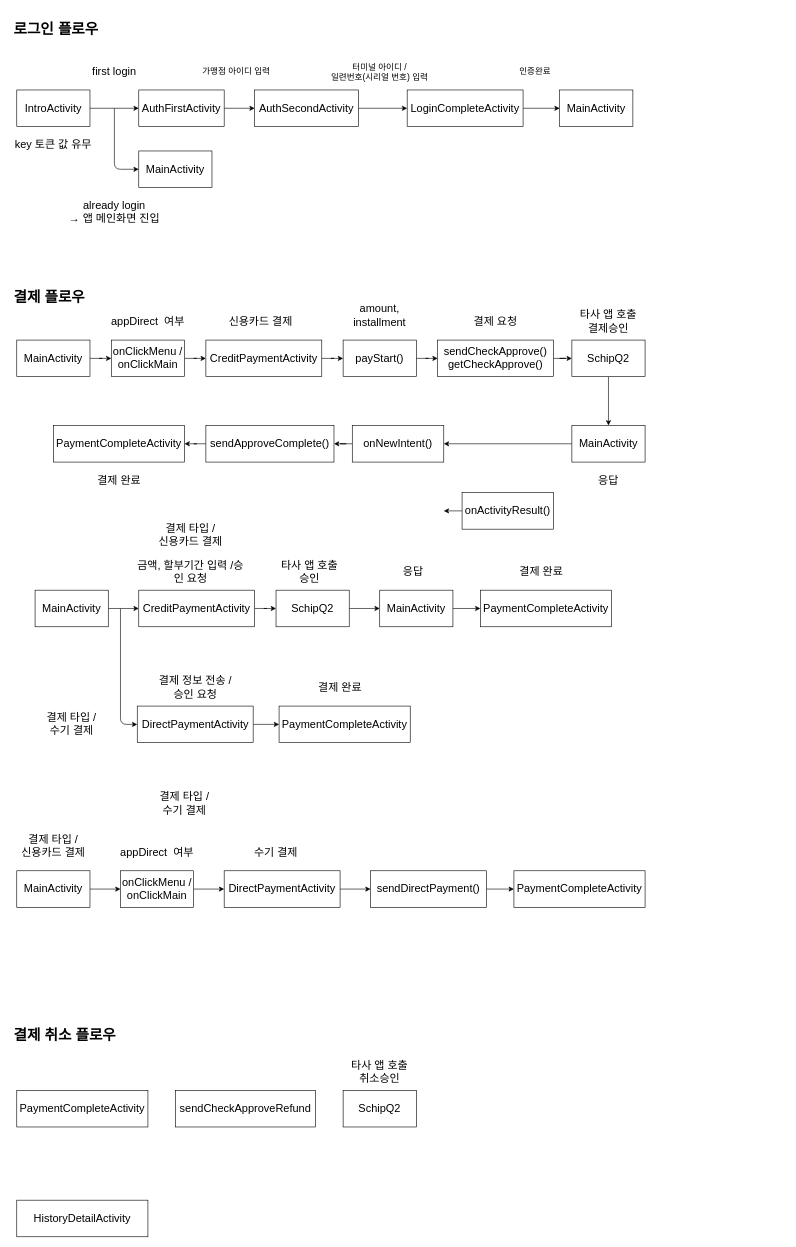
Before: Draw/flow20201124.drawio in alsoscope/TIL, a draw.io diagram. Source tidied: cells renumbered, new cells numbered last; positions are measured from the earlier drawing's top-left corner, leaving out a move shared by most shapes. Both pictures are drawn from the tidied source at 61%, with x=0, y=0 at pixel (10, 16).
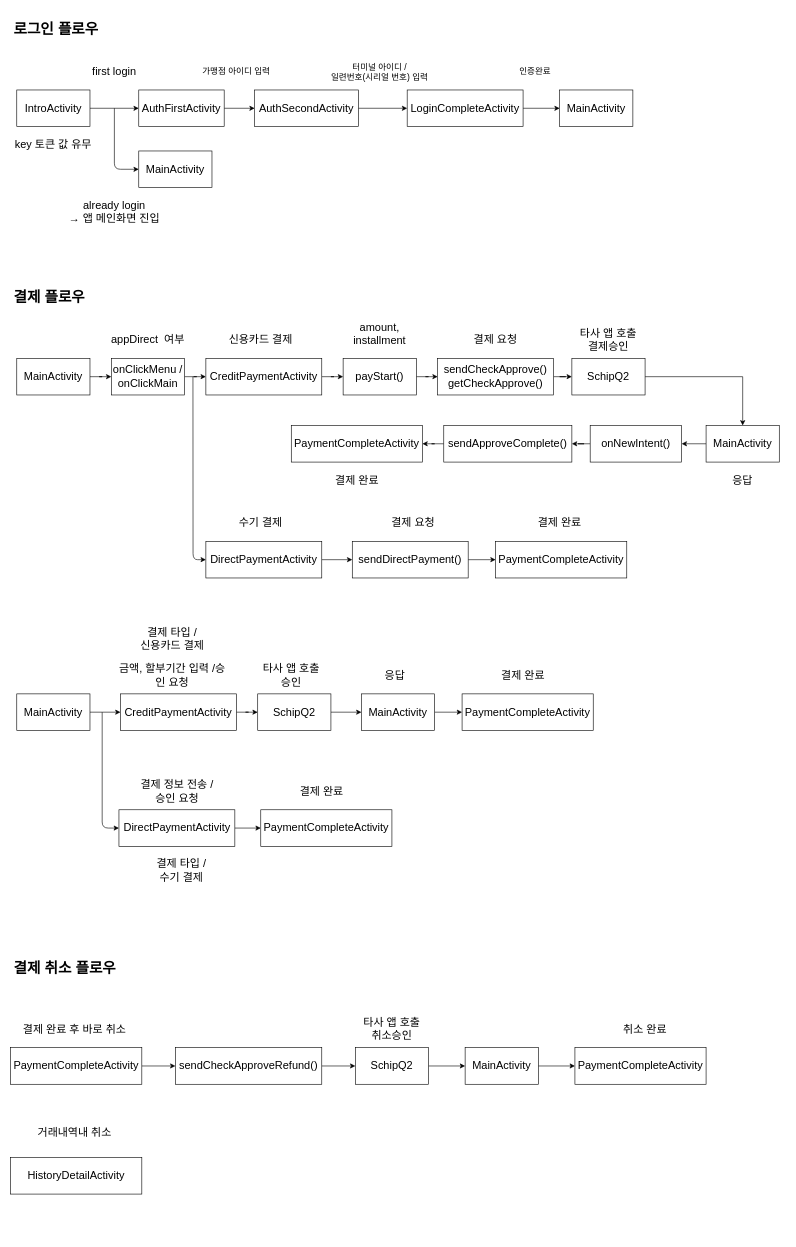
The same diagram, later.

The edit, as a diff of the source:
```diff
@@
     <mxCell id="21" value="&lt;font style=&quot;font-size: 18px&quot;&gt;MainActivity&lt;/font&gt;" style="rounded=0;whiteSpace=wrap;html=1;" parent="1" vertex="1">
-      <mxGeometry x="10" y="530" width="120" height="60" as="geometry" />
+      <mxGeometry x="10" y="560" width="120" height="60" as="geometry" />
     </mxCell>
@@
     <mxCell id="24" value="&lt;font style=&quot;font-size: 18px&quot;&gt;onClickMenu /&lt;br&gt;onClickMain&lt;br&gt;&lt;/font&gt;" style="rounded=0;whiteSpace=wrap;html=1;" parent="1" vertex="1">
-      <mxGeometry x="165" y="530" width="120" height="60" as="geometry" />
+      <mxGeometry x="165" y="560" width="120" height="60" as="geometry" />
     </mxCell>
@@
     <mxCell id="26" value="&lt;font style=&quot;font-size: 18px&quot;&gt;CreditPaymentActivity&lt;br&gt;&lt;/font&gt;" style="rounded=0;whiteSpace=wrap;html=1;" parent="1" vertex="1">
-      <mxGeometry x="320" y="530" width="190" height="60" as="geometry" />
+      <mxGeometry x="320" y="560" width="190" height="60" as="geometry" />
     </mxCell>
@@
     <mxCell id="28" value="&lt;font style=&quot;font-size: 18px&quot;&gt;DirectPaymentActivity&lt;br&gt;&lt;/font&gt;" style="rounded=0;whiteSpace=wrap;html=1;" parent="1" vertex="1">
-      <mxGeometry x="350" y="1400" width="190" height="60" as="geometry" />
+      <mxGeometry x="320" y="860" width="190" height="60" as="geometry" />
     </mxCell>
     <mxCell id="29" value="&lt;span style=&quot;font-size: 18px&quot;&gt;appDirect&amp;nbsp; 여부&lt;/span&gt;" style="text;html=1;strokeColor=none;fillColor=none;align=center;verticalAlign=middle;whiteSpace=wrap;rounded=0;" parent="1" vertex="1">
-      <mxGeometry x="155" y="480" width="140" height="40" as="geometry" />
+      <mxGeometry x="155" y="510" width="140" height="40" as="geometry" />
     </mxCell>
     <mxCell id="30" value="&lt;span style=&quot;font-size: 18px&quot;&gt;신용카드 결제&lt;/span&gt;" style="text;html=1;strokeColor=none;fillColor=none;align=center;verticalAlign=middle;whiteSpace=wrap;rounded=0;" parent="1" vertex="1">
-      <mxGeometry x="340" y="480" width="140" height="40" as="geometry" />
+      <mxGeometry x="340" y="510" width="140" height="40" as="geometry" />
     </mxCell>
     <mxCell id="31" value="&lt;span style=&quot;font-size: 18px&quot;&gt;수기 결제&lt;/span&gt;" style="text;html=1;strokeColor=none;fillColor=none;align=center;verticalAlign=middle;whiteSpace=wrap;rounded=0;" parent="1" vertex="1">
-      <mxGeometry x="365" y="1350" width="140" height="40" as="geometry" />
+      <mxGeometry x="340" y="810" width="140" height="40" as="geometry" />
     </mxCell>
@@
     <mxCell id="33" value="&lt;font style=&quot;font-size: 18px&quot;&gt;payStart()&lt;/font&gt;" style="rounded=0;whiteSpace=wrap;html=1;" parent="1" vertex="1">
-      <mxGeometry x="545" y="530" width="120" height="60" as="geometry" />
+      <mxGeometry x="545" y="560" width="120" height="60" as="geometry" />
     </mxCell>
     <mxCell id="34" value="&lt;span style=&quot;font-size: 18px&quot;&gt;amount, installment&lt;/span&gt;" style="text;html=1;strokeColor=none;fillColor=none;align=center;verticalAlign=middle;whiteSpace=wrap;rounded=0;" parent="1" vertex="1">
-      <mxGeometry x="535" y="470" width="140" height="40" as="geometry" />
+      <mxGeometry x="535" y="500" width="140" height="40" as="geometry" />
     </mxCell>
@@
     <mxCell id="36" value="&lt;font style=&quot;font-size: 18px&quot;&gt;sendCheckApprove()&lt;br&gt;getCheckApprove()&lt;br&gt;&lt;/font&gt;" style="rounded=0;whiteSpace=wrap;html=1;" parent="1" vertex="1">
-      <mxGeometry x="700" y="530" width="190" height="60" as="geometry" />
+      <mxGeometry x="700" y="560" width="190" height="60" as="geometry" />
     </mxCell>
@@
     <mxCell id="38" value="&lt;font style=&quot;font-size: 18px&quot;&gt;SchipQ2&lt;/font&gt;" style="rounded=0;whiteSpace=wrap;html=1;" parent="1" vertex="1">
-      <mxGeometry x="920" y="530" width="120" height="60" as="geometry" />
+      <mxGeometry x="920" y="560" width="120" height="60" as="geometry" />
     </mxCell>
-    <mxCell id="39" style="edgeStyle=orthogonalEdgeStyle;rounded=0;jettySize=auto;html=1;" parent="1" edge="1" source="40">
-      <mxGeometry relative="1" as="geometry">
-        <mxPoint x="710" y="810" as="targetPoint" />
-      </mxGeometry>
-    </mxCell>
-    <mxCell id="40" value="&lt;font style=&quot;font-size: 18px&quot;&gt;onActivityResult()&lt;br&gt;&lt;/font&gt;" style="rounded=0;whiteSpace=wrap;html=1;" parent="1" vertex="1">
-      <mxGeometry x="740" y="780" width="150" height="60" as="geometry" />
-    </mxCell>
@@
     <mxCell id="42" value="&lt;font style=&quot;font-size: 18px&quot;&gt;MainActivity&lt;/font&gt;" style="rounded=0;whiteSpace=wrap;html=1;" parent="1" vertex="1">
-      <mxGeometry x="920" y="670" width="120" height="60" as="geometry" />
+      <mxGeometry x="1140" y="670" width="120" height="60" as="geometry" />
     </mxCell>
@@
     <mxCell id="44" value="&lt;font style=&quot;font-size: 18px&quot;&gt;onNewIntent()&lt;br&gt;&lt;/font&gt;" style="rounded=0;whiteSpace=wrap;html=1;" parent="1" vertex="1">
-      <mxGeometry x="560" y="670" width="150" height="60" as="geometry" />
+      <mxGeometry x="950" y="670" width="150" height="60" as="geometry" />
     </mxCell>
     <mxCell id="45" value="&lt;span style=&quot;font-size: 18px&quot;&gt;타사 앱 호출&lt;br&gt;결제승인&lt;br&gt;&lt;/span&gt;" style="text;html=1;strokeColor=none;fillColor=none;align=center;verticalAlign=middle;whiteSpace=wrap;rounded=0;" parent="1" vertex="1">
-      <mxGeometry x="910" y="480" width="140" height="40" as="geometry" />
+      <mxGeometry x="910" y="510" width="140" height="40" as="geometry" />
     </mxCell>
     <mxCell id="46" value="&lt;span style=&quot;font-size: 18px&quot;&gt;응답&lt;/span&gt;" style="text;html=1;strokeColor=none;fillColor=none;align=center;verticalAlign=middle;whiteSpace=wrap;rounded=0;" parent="1" vertex="1">
-      <mxGeometry x="910" y="740" width="140" height="40" as="geometry" />
+      <mxGeometry x="1130" y="740" width="140" height="40" as="geometry" />
     </mxCell>
     <mxCell id="47" value="&lt;span style=&quot;font-size: 18px&quot;&gt;결제 요청&lt;/span&gt;" style="text;html=1;strokeColor=none;fillColor=none;align=center;verticalAlign=middle;whiteSpace=wrap;rounded=0;" parent="1" vertex="1">
-      <mxGeometry x="725" y="480" width="140" height="40" as="geometry" />
+      <mxGeometry x="725" y="510" width="140" height="40" as="geometry" />
     </mxCell>
+    <mxCell id="90" style="edgeStyle=orthogonalEdgeStyle;rounded=0;jettySize=auto;html=1;" parent="1" edge="1" source="48" target="49">
+      <mxGeometry relative="1" as="geometry" />
+    </mxCell>
     <mxCell id="48" value="&lt;font style=&quot;font-size: 18px&quot;&gt;PaymentCompleteActivity&lt;br&gt;&lt;/font&gt;" style="rounded=0;whiteSpace=wrap;html=1;" parent="1" vertex="1">
-      <mxGeometry x="10" y="1760" width="215" height="60" as="geometry" />
+      <mxGeometry y="1690" width="215" height="60" as="geometry" />
     </mxCell>
+    <mxCell id="91" style="edgeStyle=orthogonalEdgeStyle;rounded=0;jettySize=auto;html=1;" parent="1" edge="1" source="49" target="51">
+      <mxGeometry relative="1" as="geometry" />
+    </mxCell>
-    <mxCell id="49" value="&lt;font style=&quot;font-size: 18px&quot;&gt;sendCheckApproveRefund&lt;/font&gt;" style="rounded=0;whiteSpace=wrap;html=1;" parent="1" vertex="1">
-      <mxGeometry x="270" y="1760" width="230" height="60" as="geometry" />
+    <mxCell id="49" value="&lt;font style=&quot;font-size: 18px&quot;&gt;sendCheckApproveRefund()&lt;/font&gt;" style="rounded=0;whiteSpace=wrap;html=1;" parent="1" vertex="1">
+      <mxGeometry x="270" y="1690" width="240" height="60" as="geometry" />
     </mxCell>
     <mxCell id="50" value="&lt;h1&gt;결제 취소 플로우&lt;/h1&gt;" style="text;html=1;strokeColor=none;fillColor=none;spacing=5;spacingTop=-20;whiteSpace=wrap;overflow=hidden;rounded=0;" parent="1" vertex="1">
-      <mxGeometry y="1650" width="200" height="40" as="geometry" />
+      <mxGeometry y="1540" width="200" height="40" as="geometry" />
     </mxCell>
+    <mxCell id="92" style="edgeStyle=orthogonalEdgeStyle;rounded=0;jettySize=auto;html=1;" parent="1" edge="1" source="51" target="57">
+      <mxGeometry relative="1" as="geometry" />
+    </mxCell>
     <mxCell id="51" value="&lt;font style=&quot;font-size: 18px&quot;&gt;SchipQ2&lt;/font&gt;" style="rounded=0;whiteSpace=wrap;html=1;" parent="1" vertex="1">
-      <mxGeometry x="545" y="1760" width="120" height="60" as="geometry" />
+      <mxGeometry x="565" y="1690" width="120" height="60" as="geometry" />
     </mxCell>
     <mxCell id="52" value="&lt;span style=&quot;font-size: 18px&quot;&gt;타사 앱 호출&lt;br&gt;취소승인&lt;br&gt;&lt;/span&gt;" style="text;html=1;strokeColor=none;fillColor=none;align=center;verticalAlign=middle;whiteSpace=wrap;rounded=0;" parent="1" vertex="1">
-      <mxGeometry x="535" y="1710" width="140" height="40" as="geometry" />
+      <mxGeometry x="555" y="1640" width="140" height="40" as="geometry" />
     </mxCell>
     <mxCell id="53" value="&lt;font style=&quot;font-size: 18px&quot;&gt;PaymentCompleteActivity&lt;br&gt;&lt;/font&gt;" style="rounded=0;whiteSpace=wrap;html=1;" parent="1" vertex="1">
-      <mxGeometry x="70" y="670" width="215" height="60" as="geometry" />
+      <mxGeometry x="460" y="670" width="215" height="60" as="geometry" />
     </mxCell>
@@
     <mxCell id="55" value="&lt;font style=&quot;font-size: 18px&quot;&gt;sendApproveComplete()&lt;br&gt;&lt;/font&gt;" style="rounded=0;whiteSpace=wrap;html=1;" parent="1" vertex="1">
-      <mxGeometry x="320" y="670" width="210" height="60" as="geometry" />
+      <mxGeometry x="710" y="670" width="210" height="60" as="geometry" />
     </mxCell>
-    <mxCell id="56" style="edgeStyle=orthogonalEdgeStyle;rounded=0;jettySize=auto;html=1;" parent="1" edge="1" source="57" target="59">
-      <mxGeometry relative="1" as="geometry" />
-    </mxCell>
-    <mxCell id="57" value="&lt;font style=&quot;font-size: 18px&quot;&gt;MainActivity&lt;/font&gt;" style="rounded=0;whiteSpace=wrap;html=1;" parent="1" vertex="1">
-      <mxGeometry x="10" y="1400" width="120" height="60" as="geometry" />
-    </mxCell>
-    <mxCell id="58" style="edgeStyle=orthogonalEdgeStyle;rounded=0;jettySize=auto;html=1;" parent="1" edge="1" source="59" target="28">
-      <mxGeometry relative="1" as="geometry" />
-    </mxCell>
-    <mxCell id="59" value="&lt;font style=&quot;font-size: 18px&quot;&gt;onClickMenu /&lt;br&gt;onClickMain&lt;br&gt;&lt;/font&gt;" style="rounded=0;whiteSpace=wrap;html=1;" parent="1" vertex="1">
-      <mxGeometry x="180" y="1400" width="120" height="60" as="geometry" />
-    </mxCell>
-    <mxCell id="60" value="&lt;span style=&quot;font-size: 18px&quot;&gt;appDirect&amp;nbsp; 여부&lt;/span&gt;" style="text;html=1;strokeColor=none;fillColor=none;align=center;verticalAlign=middle;whiteSpace=wrap;rounded=0;" parent="1" vertex="1">
-      <mxGeometry x="170" y="1350" width="140" height="40" as="geometry" />
-    </mxCell>
     <mxCell id="61" style="edgeStyle=orthogonalEdgeStyle;rounded=0;jettySize=auto;html=1;" parent="1" edge="1" source="62" target="64">
       <mxGeometry relative="1" as="geometry">
         <Array as="points">
-          <mxPoint x="180" y="970" />
-          <mxPoint x="180" y="970" />
+          <mxPoint x="150" y="1140" />
+          <mxPoint x="150" y="1140" />
         </Array>
       </mxGeometry>
     </mxCell>
     <mxCell id="62" value="&lt;font style=&quot;font-size: 18px&quot;&gt;MainActivity&lt;/font&gt;" style="rounded=0;whiteSpace=wrap;html=1;" parent="1" vertex="1">
-      <mxGeometry x="40" y="940" width="120" height="60" as="geometry" />
+      <mxGeometry x="10" y="1110" width="120" height="60" as="geometry" />
     </mxCell>
@@
     <mxCell id="64" value="&lt;font style=&quot;font-size: 18px&quot;&gt;CreditPaymentActivity&lt;br&gt;&lt;/font&gt;" style="rounded=0;whiteSpace=wrap;html=1;" parent="1" vertex="1">
-      <mxGeometry x="210" y="940" width="190" height="60" as="geometry" />
+      <mxGeometry x="180" y="1110" width="190" height="60" as="geometry" />
     </mxCell>
     <mxCell id="65" value="&lt;span style=&quot;font-size: 18px&quot;&gt;금액, 할부기간 입력 /승인 요청&lt;/span&gt;" style="text;html=1;strokeColor=none;fillColor=none;align=center;verticalAlign=middle;whiteSpace=wrap;rounded=0;" parent="1" vertex="1">
-      <mxGeometry x="205" y="890" width="180" height="40" as="geometry" />
+      <mxGeometry x="175" y="1060" width="180" height="40" as="geometry" />
     </mxCell>
@@
     <mxCell id="67" value="&lt;font style=&quot;font-size: 18px&quot;&gt;SchipQ2&lt;/font&gt;" style="rounded=0;whiteSpace=wrap;html=1;" parent="1" vertex="1">
-      <mxGeometry x="435" y="940" width="120" height="60" as="geometry" />
+      <mxGeometry x="405" y="1110" width="120" height="60" as="geometry" />
     </mxCell>
@@
     <mxCell id="69" value="&lt;font style=&quot;font-size: 18px&quot;&gt;MainActivity&lt;/font&gt;" style="rounded=0;whiteSpace=wrap;html=1;" parent="1" vertex="1">
-      <mxGeometry x="605" y="940" width="120" height="60" as="geometry" />
+      <mxGeometry x="575" y="1110" width="120" height="60" as="geometry" />
     </mxCell>
     <mxCell id="70" value="&lt;span style=&quot;font-size: 18px&quot;&gt;타사 앱 호출&lt;br&gt;승인&lt;br&gt;&lt;/span&gt;" style="text;html=1;strokeColor=none;fillColor=none;align=center;verticalAlign=middle;whiteSpace=wrap;rounded=0;" parent="1" vertex="1">
-      <mxGeometry x="420" y="890" width="140" height="40" as="geometry" />
+      <mxGeometry x="390" y="1060" width="140" height="40" as="geometry" />
     </mxCell>
     <mxCell id="71" value="&lt;span style=&quot;font-size: 18px&quot;&gt;응답&lt;/span&gt;" style="text;html=1;strokeColor=none;fillColor=none;align=center;verticalAlign=middle;whiteSpace=wrap;rounded=0;" parent="1" vertex="1">
-      <mxGeometry x="590" y="890" width="140" height="40" as="geometry" />
+      <mxGeometry x="560" y="1060" width="140" height="40" as="geometry" />
     </mxCell>
     <mxCell id="72" value="&lt;font style=&quot;font-size: 18px&quot;&gt;PaymentCompleteActivity&lt;br&gt;&lt;/font&gt;" style="rounded=0;whiteSpace=wrap;html=1;" parent="1" vertex="1">
-      <mxGeometry x="770" y="940" width="215" height="60" as="geometry" />
+      <mxGeometry x="740" y="1110" width="215" height="60" as="geometry" />
     </mxCell>
     <mxCell id="73" value="&lt;span style=&quot;font-size: 18px&quot;&gt;결제 완료&lt;/span&gt;" style="text;html=1;strokeColor=none;fillColor=none;align=center;verticalAlign=middle;whiteSpace=wrap;rounded=0;" parent="1" vertex="1">
-      <mxGeometry x="800" y="890" width="140" height="40" as="geometry" />
+      <mxGeometry x="770" y="1060" width="140" height="40" as="geometry" />
     </mxCell>
     <mxCell id="74" value="&lt;span style=&quot;font-size: 18px&quot;&gt;결제 타입 / &lt;br&gt;신용카드 결제&lt;/span&gt;" style="text;html=1;strokeColor=none;fillColor=none;align=center;verticalAlign=middle;whiteSpace=wrap;rounded=0;" parent="1" vertex="1">
-      <mxGeometry x="225" y="830" width="140" height="40" as="geometry" />
+      <mxGeometry x="195" y="1000" width="140" height="40" as="geometry" />
     </mxCell>
@@
-    <mxCell id="76" value="&lt;span style=&quot;font-size: 18px&quot;&gt;결제 타입 / &lt;br&gt;신용카드 결제&lt;/span&gt;" style="text;html=1;strokeColor=none;fillColor=none;align=center;verticalAlign=middle;whiteSpace=wrap;rounded=0;" parent="1" vertex="1">
-      <mxGeometry y="1340" width="140" height="40" as="geometry" />
-    </mxCell>
@@
     <mxCell id="78" value="&lt;font style=&quot;font-size: 18px&quot;&gt;DirectPaymentActivity&lt;br&gt;&lt;/font&gt;" style="rounded=0;whiteSpace=wrap;html=1;" parent="1" vertex="1">
-      <mxGeometry x="207.5" y="1130" width="190" height="60" as="geometry" />
+      <mxGeometry x="177.5" y="1300" width="190" height="60" as="geometry" />
     </mxCell>
     <mxCell id="79" value="&lt;span style=&quot;font-size: 18px&quot;&gt;결제 타입 / &lt;br&gt;수기 결제&lt;/span&gt;" style="text;html=1;strokeColor=none;fillColor=none;align=center;verticalAlign=middle;whiteSpace=wrap;rounded=0;" parent="1" vertex="1">
-      <mxGeometry x="30" y="1140" width="140" height="40" as="geometry" />
+      <mxGeometry x="210" y="1380" width="140" height="40" as="geometry" />
     </mxCell>
     <mxCell id="80" value="&lt;span style=&quot;font-size: 18px&quot;&gt;결제 정보 전송 /&lt;br&gt;승인 요청&lt;br&gt;&lt;/span&gt;" style="text;html=1;strokeColor=none;fillColor=none;align=center;verticalAlign=middle;whiteSpace=wrap;rounded=0;" parent="1" vertex="1">
-      <mxGeometry x="212.5" y="1080" width="180" height="40" as="geometry" />
+      <mxGeometry x="182.5" y="1250" width="180" height="40" as="geometry" />
     </mxCell>
@@
     <mxCell id="82" value="&lt;font style=&quot;font-size: 18px&quot;&gt;sendDirectPayment()&lt;br&gt;&lt;/font&gt;" style="rounded=0;whiteSpace=wrap;html=1;" parent="1" vertex="1">
-      <mxGeometry x="590" y="1400" width="190" height="60" as="geometry" />
+      <mxGeometry x="560" y="860" width="190" height="60" as="geometry" />
     </mxCell>
     <mxCell id="83" value="&lt;font style=&quot;font-size: 18px&quot;&gt;PaymentCompleteActivity&lt;br&gt;&lt;/font&gt;" style="rounded=0;whiteSpace=wrap;html=1;" parent="1" vertex="1">
-      <mxGeometry x="440" y="1130" width="215" height="60" as="geometry" />
+      <mxGeometry x="410" y="1300" width="215" height="60" as="geometry" />
     </mxCell>
     <mxCell id="84" value="&lt;span style=&quot;font-size: 18px&quot;&gt;결제 완료&lt;/span&gt;" style="text;html=1;strokeColor=none;fillColor=none;align=center;verticalAlign=middle;whiteSpace=wrap;rounded=0;" parent="1" vertex="1">
-      <mxGeometry x="470" y="1080" width="140" height="40" as="geometry" />
+      <mxGeometry x="440" y="1250" width="140" height="40" as="geometry" />
     </mxCell>
     <mxCell id="85" style="endArrow=classic;html=1;entryX=0;entryY=0.5;entryDx=0;entryDy=0;" parent="1" edge="1" target="78">
       <mxGeometry relative="1" as="geometry">
-        <mxPoint x="180" y="970" as="sourcePoint" />
+        <mxPoint x="150" y="1140" as="sourcePoint" />
         <Array as="points">
-          <mxPoint x="180" y="1160" />
+          <mxPoint x="150" y="1330" />
         </Array>
       </mxGeometry>
     </mxCell>
     <mxCell id="86" value="&lt;font style=&quot;font-size: 18px&quot;&gt;PaymentCompleteActivity&lt;br&gt;&lt;/font&gt;" style="rounded=0;whiteSpace=wrap;html=1;" parent="1" vertex="1">
-      <mxGeometry x="825" y="1400" width="215" height="60" as="geometry" />
+      <mxGeometry x="795" y="860" width="215" height="60" as="geometry" />
     </mxCell>
     <mxCell id="87" value="&lt;span style=&quot;font-size: 18px&quot;&gt;결제 완료&lt;/span&gt;" style="text;html=1;strokeColor=none;fillColor=none;align=center;verticalAlign=middle;whiteSpace=wrap;rounded=0;" parent="1" vertex="1">
-      <mxGeometry x="107.5" y="740" width="140" height="40" as="geometry" />
+      <mxGeometry x="497.5" y="740" width="140" height="40" as="geometry" />
     </mxCell>
-    <mxCell id="88" value="&lt;span style=&quot;font-size: 18px&quot;&gt;결제 타입 / &lt;br&gt;수기 결제&lt;/span&gt;" style="text;html=1;strokeColor=none;fillColor=none;align=center;verticalAlign=middle;whiteSpace=wrap;rounded=0;" parent="1" vertex="1">
-      <mxGeometry x="215" y="1270" width="140" height="40" as="geometry" />
-    </mxCell>
     <mxCell id="89" value="&lt;font style=&quot;font-size: 18px&quot;&gt;HistoryDetailActivity&lt;br&gt;&lt;/font&gt;" style="rounded=0;whiteSpace=wrap;html=1;" parent="1" vertex="1">
-      <mxGeometry x="10" y="1940" width="215" height="60" as="geometry" />
+      <mxGeometry y="1870" width="215" height="60" as="geometry" />
     </mxCell>
+    <mxCell id="93" value="&lt;span style=&quot;font-size: 18px&quot;&gt;결제 완료 후 바로 취소&lt;/span&gt;" style="text;html=1;strokeColor=none;fillColor=none;align=center;verticalAlign=middle;whiteSpace=wrap;rounded=0;" parent="1" vertex="1">
+      <mxGeometry x="10" y="1640" width="190" height="40" as="geometry" />
+    </mxCell>
+    <mxCell id="94" value="&lt;span style=&quot;font-size: 18px&quot;&gt;거래내역내 취소&lt;/span&gt;" style="text;html=1;strokeColor=none;fillColor=none;align=center;verticalAlign=middle;whiteSpace=wrap;rounded=0;" parent="1" vertex="1">
+      <mxGeometry x="10" y="1810" width="190" height="40" as="geometry" />
+    </mxCell>
+    <mxCell id="95" style="endArrow=classic;html=1;entryX=0;entryY=0.5;entryDx=0;entryDy=0;" parent="1" edge="1" target="28">
+      <mxGeometry relative="1" as="geometry">
+        <mxPoint x="298.8" y="590" as="sourcePoint" />
+        <Array as="points">
+          <mxPoint x="299" y="890" />
+        </Array>
+      </mxGeometry>
+    </mxCell>
+    <mxCell id="96" style="edgeStyle=orthogonalEdgeStyle;rounded=0;jettySize=auto;html=1;" parent="1" edge="1" source="57" target="97">
+      <mxGeometry relative="1" as="geometry" />
+    </mxCell>
+    <mxCell id="57" value="&lt;font style=&quot;font-size: 18px&quot;&gt;MainActivity&lt;/font&gt;" style="rounded=0;whiteSpace=wrap;html=1;" parent="1" vertex="1">
+      <mxGeometry x="745" y="1690" width="120" height="60" as="geometry" />
+    </mxCell>
+    <mxCell id="97" value="&lt;font style=&quot;font-size: 18px&quot;&gt;PaymentCompleteActivity&lt;br&gt;&lt;/font&gt;" style="rounded=0;whiteSpace=wrap;html=1;" parent="1" vertex="1">
+      <mxGeometry x="925" y="1690" width="215" height="60" as="geometry" />
+    </mxCell>
+    <mxCell id="98" value="&lt;span style=&quot;font-size: 18px&quot;&gt;취소 완료&lt;/span&gt;" style="text;html=1;strokeColor=none;fillColor=none;align=center;verticalAlign=middle;whiteSpace=wrap;rounded=0;" parent="1" vertex="1">
+      <mxGeometry x="970" y="1640" width="140" height="40" as="geometry" />
+    </mxCell>
+    <mxCell id="99" value="&lt;span style=&quot;font-size: 18px&quot;&gt;결제 완료&lt;/span&gt;" style="text;html=1;strokeColor=none;fillColor=none;align=center;verticalAlign=middle;whiteSpace=wrap;rounded=0;" parent="1" vertex="1">
+      <mxGeometry x="830" y="810" width="140" height="40" as="geometry" />
+    </mxCell>
+    <mxCell id="100" value="&lt;span style=&quot;font-size: 18px&quot;&gt;결제 요청&lt;/span&gt;" style="text;html=1;strokeColor=none;fillColor=none;align=center;verticalAlign=middle;whiteSpace=wrap;rounded=0;" parent="1" vertex="1">
+      <mxGeometry x="590" y="810" width="140" height="40" as="geometry" />
+    </mxCell>
```
